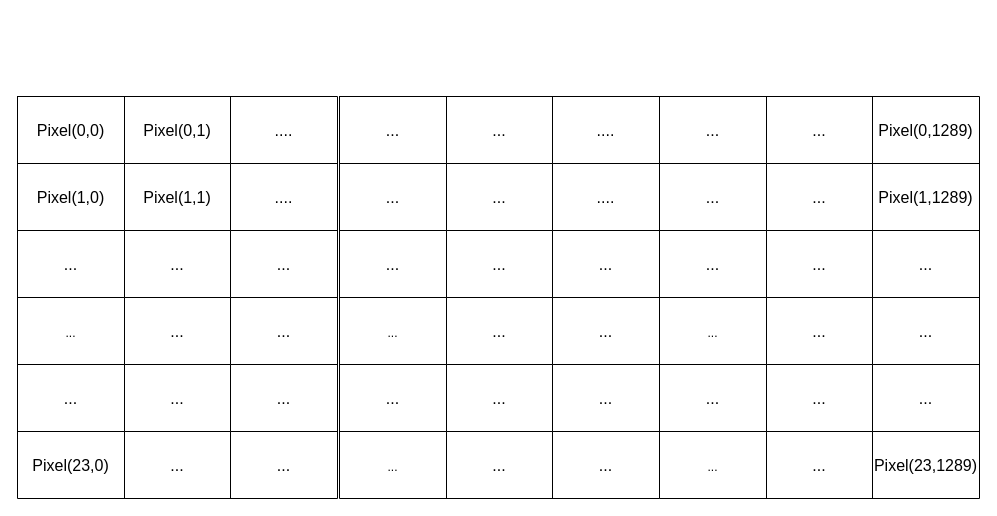
This is Diagrams/background.drawio from sabarioded/Patterns_Project, a draw.io file, before an edit. Source tidied: cells renumbered, new cells numbered last; positions are measured from the earlier drawing's top-left corner, leaving out a move shared by most shapes. Both pictures are drawn from the tidied source at 100%, with x=0, y=0 at pixel (17, 96).
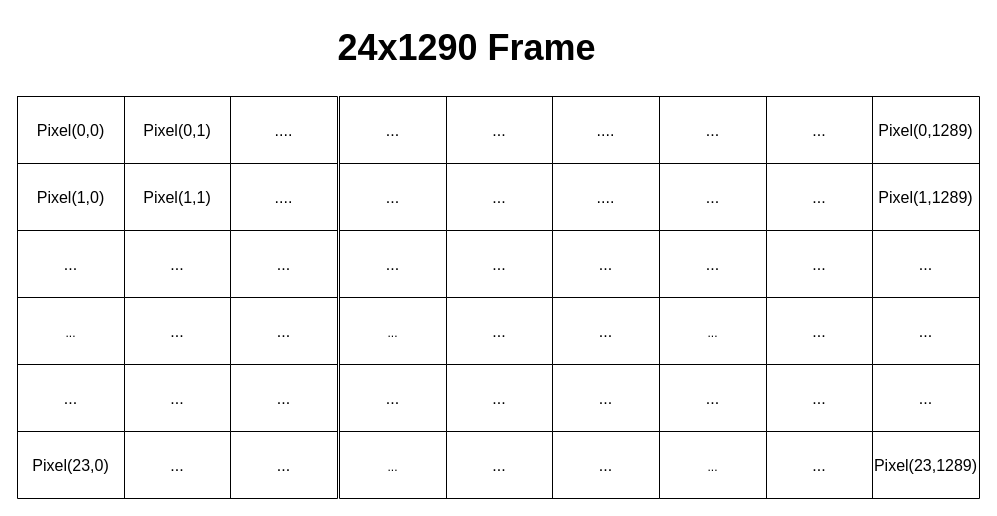
After the change.

The edit, as a diff of the source:
```diff
@@
+    <mxCell id="77" value="&lt;font style=&quot;font-size: 36px;&quot;&gt;&lt;b&gt;24x1290 Frame&lt;/b&gt;&lt;/font&gt;" style="text;html=1;align=center;verticalAlign=middle;strokeColor=none;fillColor=none;" parent="1" vertex="1">
+      <mxGeometry x="309" y="-79" width="280" height="60" as="geometry" />
+    </mxCell>
```
